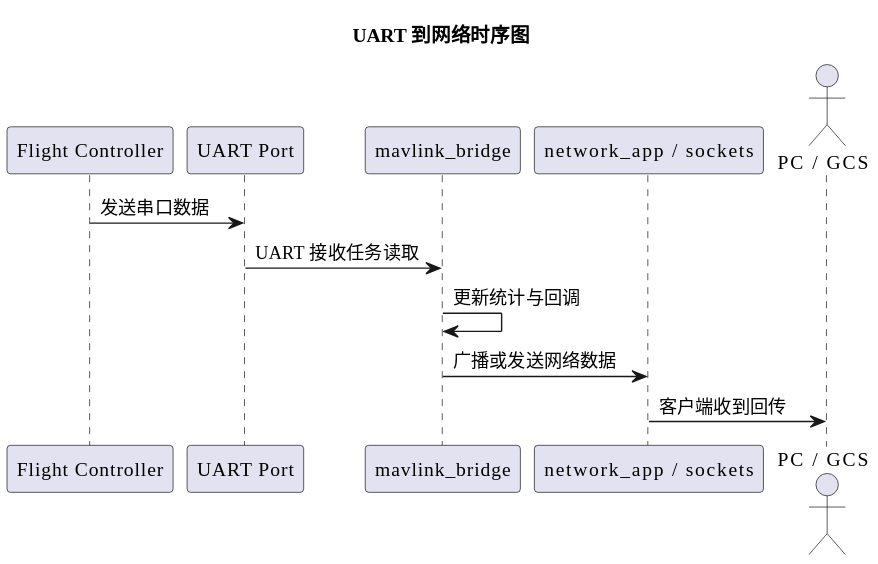
B0weny-qwq/SunrayNext-FlyControl-Helper keeps this PlantUML diagram as docs/diagrams/rendered/uart-to-network-sequence.svg. Above is the earlier version. Source of this version:
```plantuml
@startuml
title UART 到网络时序图
!include _theme.iuml

participant "Flight Controller" as FC
participant "UART Port" as UART
participant "mavlink_bridge" as Bridge
participant "network_app / sockets" as Net
actor "PC / GCS" as Client

FC -> UART : 发送串口数据
UART -> Bridge : UART 接收任务读取
Bridge -> Bridge : 更新统计与回调
Bridge -> Net : 广播或发送网络数据
Net -> Client : 客户端收到回传
@enduml
```
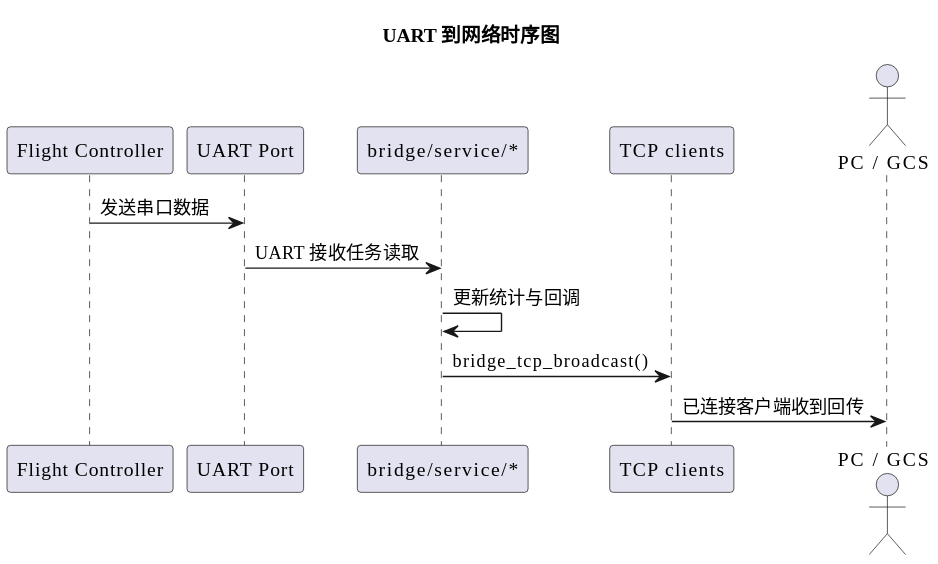
Above is the later version.

The edit, as a diff of the source:
```diff
@@ -4,13 +4,13 @@
 
 participant "Flight Controller" as FC
 participant "UART Port" as UART
-participant "mavlink_bridge" as Bridge
-participant "network_app / sockets" as Net
+participant "bridge/service/*" as Bridge
+participant "TCP clients" as Net
 actor "PC / GCS" as Client
 
 FC -> UART : 发送串口数据
 UART -> Bridge : UART 接收任务读取
 Bridge -> Bridge : 更新统计与回调
-Bridge -> Net : 广播或发送网络数据
-Net -> Client : 客户端收到回传
+Bridge -> Net : bridge_tcp_broadcast()
+Net -> Client : 已连接客户端收到回传
 @enduml
```
